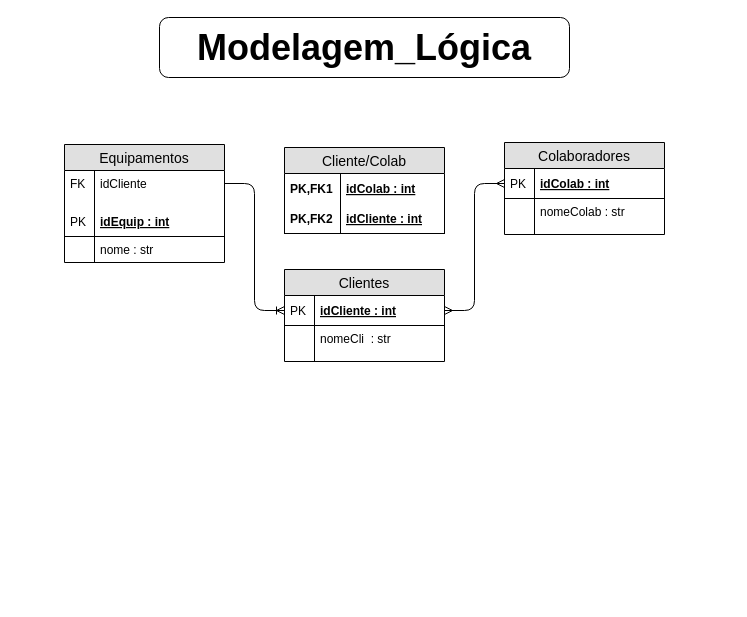
The draw.io diagram page "Page-2" (2 of 2) of Exercicios/ModelagemOptus.drawio in amadorsenai/Banco-de-dados---S12T, before the edit. Source tidied: cells renumbered, new cells numbered last; positions are measured from the earlier drawing's top-left corner, leaving out a move shared by most shapes. Both pictures are drawn from the tidied source at 100%, with x=0, y=0 at pixel (64, 17).
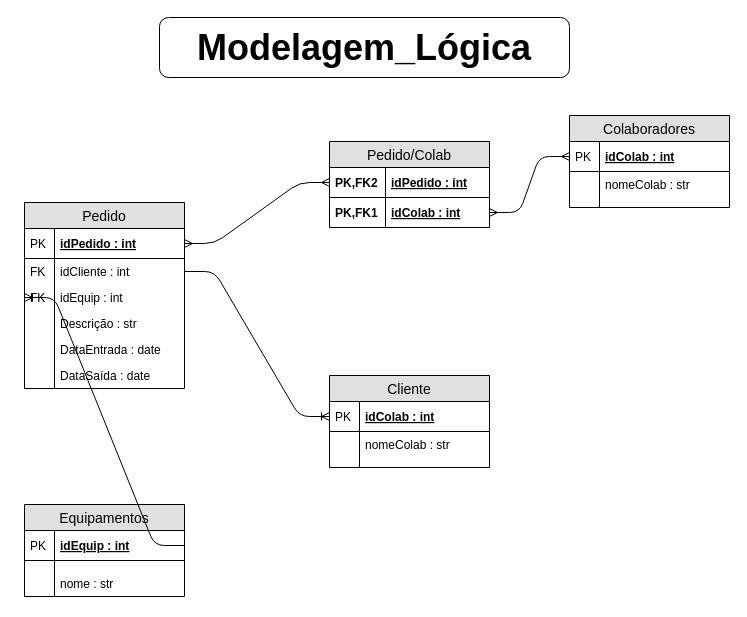
Above is the later version.

Unchanged cells that the change refers to:
```xml
<mxCell id="10" value="idColab : int" style="shape=partialRectangle;top=0;left=0;right=0;bottom=1;align=left;verticalAlign=middle;fillColor=none;spacingLeft=34;spacingRight=4;overflow=hidden;points=[[0,0.5],[1,0.5]];portConstraint=eastwest;fontStyle=5;fontSize=12;" parent="9" vertex="1">
  <mxGeometry y="26" width="160" height="30" as="geometry" />
</mxCell>
```

What changed in the source:
```diff
@@
-    <mxCell id="2" value="Clientes" style="swimlane;fontStyle=0;horizontal=1;startSize=26;fillColor=#e0e0e0;swimlaneFillColor=#ffffff;align=center;fontSize=14;" parent="1" vertex="1">
-      <mxGeometry x="220" y="252" width="160" height="92" as="geometry" />
+    <mxCell id="2" value="Pedido" style="swimlane;fontStyle=0;horizontal=1;startSize=26;fillColor=#e0e0e0;swimlaneFillColor=#ffffff;align=center;fontSize=14;" parent="1" vertex="1">
+      <mxGeometry x="-40" y="185" width="160" height="186" as="geometry" />
     </mxCell>
-    <mxCell id="3" value="idCliente : int" style="shape=partialRectangle;top=0;left=0;right=0;bottom=1;align=left;verticalAlign=middle;fillColor=none;spacingLeft=34;spacingRight=4;overflow=hidden;points=[[0,0.5],[1,0.5]];portConstraint=eastwest;fontStyle=5;fontSize=12;" parent="2" vertex="1">
+    <mxCell id="3" value="idPedido : int" style="shape=partialRectangle;top=0;left=0;right=0;bottom=1;align=left;verticalAlign=middle;fillColor=none;spacingLeft=34;spacingRight=4;overflow=hidden;points=[[0,0.5],[1,0.5]];portConstraint=eastwest;fontStyle=5;fontSize=12;" parent="2" vertex="1">
       <mxGeometry y="26" width="160" height="30" as="geometry" />
     </mxCell>
@@
-    <mxCell id="5" value="nomeCli  : str " style="shape=partialRectangle;top=0;left=0;right=0;bottom=0;align=left;verticalAlign=top;fillColor=none;spacingLeft=34;spacingRight=4;overflow=hidden;points=[[0,0.5],[1,0.5]];portConstraint=eastwest;fontSize=12;" parent="2" vertex="1">
+    <mxCell id="5" value="idCliente : int" style="shape=partialRectangle;top=0;left=0;right=0;bottom=0;align=left;verticalAlign=top;fillColor=none;spacingLeft=34;spacingRight=4;overflow=hidden;points=[[0,0.5],[1,0.5]];portConstraint=eastwest;fontSize=12;" parent="2" vertex="1">
       <mxGeometry y="56" width="160" height="26" as="geometry" />
     </mxCell>
-    <mxCell id="6" style="shape=partialRectangle;top=0;left=0;bottom=0;fillColor=none;align=left;verticalAlign=top;spacingLeft=4;spacingRight=4;overflow=hidden;fontSize=12;" parent="5" vertex="1">
+    <mxCell id="6" value="FK" style="shape=partialRectangle;top=0;left=0;bottom=0;fillColor=none;align=left;verticalAlign=top;spacingLeft=4;spacingRight=4;overflow=hidden;fontSize=12;" parent="5" vertex="1">
       <mxGeometry width="30" height="26" as="geometry" />
     </mxCell>
-    <mxCell id="7" style="shape=partialRectangle;top=0;left=0;right=0;bottom=0;align=left;verticalAlign=top;fillColor=none;spacingLeft=34;spacingRight=4;overflow=hidden;fontSize=12;" parent="2" vertex="1">
-      <mxGeometry y="82" width="160" height="10" as="geometry" />
-    </mxCell>
-    <mxCell id="8" style="shape=partialRectangle;top=0;left=0;bottom=0;fillColor=none;align=left;verticalAlign=top;spacingLeft=4;spacingRight=4;overflow=hidden;fontSize=12;" parent="7" vertex="1">
-      <mxGeometry width="30" height="10" as="geometry" />
-    </mxCell>
+    <mxCell id="33" value="idEquip : int" style="shape=partialRectangle;top=0;left=0;right=0;bottom=0;align=left;verticalAlign=top;fillColor=none;spacingLeft=34;spacingRight=4;overflow=hidden;points=[[0,0.5],[1,0.5]];portConstraint=eastwest;fontSize=12;" parent="2" vertex="1">
+      <mxGeometry y="82" width="160" height="26" as="geometry" />
+    </mxCell>
+    <mxCell id="19" value="FK" style="shape=partialRectangle;top=0;left=0;bottom=0;fillColor=none;align=left;verticalAlign=top;spacingLeft=4;spacingRight=4;overflow=hidden;fontSize=12;" parent="33" vertex="1">
+      <mxGeometry width="30" height="26" as="geometry" />
+    </mxCell>
+    <mxCell id="34" value="Descrição : str" style="shape=partialRectangle;top=0;left=0;right=0;bottom=0;align=left;verticalAlign=top;fillColor=none;spacingLeft=34;spacingRight=4;overflow=hidden;fontSize=12;" parent="2" vertex="1">
+      <mxGeometry y="108" width="160" height="26" as="geometry" />
+    </mxCell>
+    <mxCell id="35" style="shape=partialRectangle;top=0;left=0;bottom=0;fillColor=none;align=left;verticalAlign=top;spacingLeft=4;spacingRight=4;overflow=hidden;fontSize=12;" parent="34" vertex="1">
+      <mxGeometry width="30" height="26" as="geometry" />
+    </mxCell>
+    <mxCell id="36" value="DataEntrada : date" style="shape=partialRectangle;top=0;left=0;right=0;bottom=0;align=left;verticalAlign=top;fillColor=none;spacingLeft=34;spacingRight=4;overflow=hidden;fontSize=12;" parent="2" vertex="1">
+      <mxGeometry y="134" width="160" height="26" as="geometry" />
+    </mxCell>
+    <mxCell id="37" style="shape=partialRectangle;top=0;left=0;bottom=0;fillColor=none;align=left;verticalAlign=top;spacingLeft=4;spacingRight=4;overflow=hidden;fontSize=12;" parent="36" vertex="1">
+      <mxGeometry width="30" height="26" as="geometry" />
+    </mxCell>
+    <mxCell id="38" value="DataSaída : date" style="shape=partialRectangle;top=0;left=0;right=0;bottom=0;align=left;verticalAlign=top;fillColor=none;spacingLeft=34;spacingRight=4;overflow=hidden;fontSize=12;" parent="2" vertex="1">
+      <mxGeometry y="160" width="160" height="26" as="geometry" />
+    </mxCell>
+    <mxCell id="39" style="shape=partialRectangle;top=0;left=0;bottom=0;fillColor=none;align=left;verticalAlign=top;spacingLeft=4;spacingRight=4;overflow=hidden;fontSize=12;" parent="38" vertex="1">
+      <mxGeometry width="30" height="26" as="geometry" />
+    </mxCell>
-    <mxCell id="9" value="Colaboradores" style="swimlane;fontStyle=0;horizontal=1;startSize=26;fillColor=#e0e0e0;swimlaneFillColor=#ffffff;align=center;fontSize=14;" parent="1" vertex="1">
-      <mxGeometry x="440" y="125" width="160" height="92" as="geometry" />
+    <mxCell id="9" value="Cliente" style="swimlane;fontStyle=0;horizontal=1;startSize=26;fillColor=#e0e0e0;swimlaneFillColor=#ffffff;align=center;fontSize=14;" parent="1" vertex="1">
+      <mxGeometry x="265" y="358" width="160" height="92" as="geometry" />
     </mxCell>
@@
     <mxCell id="17" value="Equipamentos" style="swimlane;fontStyle=0;horizontal=1;startSize=26;fillColor=#e0e0e0;swimlaneFillColor=#ffffff;align=center;fontSize=14;" parent="1" vertex="1">
-      <mxGeometry y="127" width="160" height="118" as="geometry" />
+      <mxGeometry x="-40" y="487" width="160" height="92" as="geometry" />
     </mxCell>
-    <mxCell id="18" value="idCliente" style="shape=partialRectangle;top=0;left=0;right=0;bottom=0;align=left;verticalAlign=top;fillColor=none;spacingLeft=34;spacingRight=4;overflow=hidden;points=[[0,0.5],[1,0.5]];portConstraint=eastwest;fontSize=12;" parent="17" vertex="1">
-      <mxGeometry y="26" width="160" height="26" as="geometry" />
-    </mxCell>
-    <mxCell id="19" value="FK" style="shape=partialRectangle;top=0;left=0;bottom=0;fillColor=none;align=left;verticalAlign=top;spacingLeft=4;spacingRight=4;overflow=hidden;fontSize=12;" parent="18" vertex="1">
-      <mxGeometry width="30" height="26" as="geometry" />
-    </mxCell>
+    <mxCell id="22" value="idEquip : int" style="shape=partialRectangle;top=0;left=0;right=0;bottom=1;align=left;verticalAlign=middle;fillColor=none;spacingLeft=34;spacingRight=4;overflow=hidden;points=[[0,0.5],[1,0.5]];portConstraint=eastwest;fontStyle=5;fontSize=12;" parent="17" vertex="1">
+      <mxGeometry y="26" width="160" height="30" as="geometry" />
+    </mxCell>
+    <mxCell id="23" value="PK" style="shape=partialRectangle;top=0;left=0;bottom=0;fillColor=none;align=left;verticalAlign=middle;spacingLeft=4;spacingRight=4;overflow=hidden;fontSize=12;" parent="22" vertex="1">
+      <mxGeometry width="30" height="30" as="geometry" />
+    </mxCell>
     <mxCell id="20" style="shape=partialRectangle;top=0;left=0;right=0;bottom=0;align=left;verticalAlign=top;fillColor=none;spacingLeft=34;spacingRight=4;overflow=hidden;fontSize=12;" parent="17" vertex="1">
-      <mxGeometry y="52" width="160" height="10" as="geometry" />
+      <mxGeometry y="56" width="160" height="10" as="geometry" />
     </mxCell>
@@
-    <mxCell id="22" value="idEquip : int" style="shape=partialRectangle;top=0;left=0;right=0;bottom=1;align=left;verticalAlign=middle;fillColor=none;spacingLeft=34;spacingRight=4;overflow=hidden;points=[[0,0.5],[1,0.5]];portConstraint=eastwest;fontStyle=5;fontSize=12;" parent="17" vertex="1">
-      <mxGeometry y="62" width="160" height="30" as="geometry" />
-    </mxCell>
-    <mxCell id="23" value="PK" style="shape=partialRectangle;top=0;left=0;bottom=0;fillColor=none;align=left;verticalAlign=middle;spacingLeft=4;spacingRight=4;overflow=hidden;fontSize=12;" parent="22" vertex="1">
-      <mxGeometry width="30" height="30" as="geometry" />
-    </mxCell>
     <mxCell id="24" value="nome : str" style="shape=partialRectangle;top=0;left=0;right=0;bottom=0;align=left;verticalAlign=top;fillColor=none;spacingLeft=34;spacingRight=4;overflow=hidden;fontSize=12;" parent="17" vertex="1">
-      <mxGeometry y="92" width="160" height="26" as="geometry" />
+      <mxGeometry y="66" width="160" height="26" as="geometry" />
     </mxCell>
@@
-    <mxCell id="26" value="Cliente/Colab" style="swimlane;fontStyle=0;horizontal=1;startSize=26;fillColor=#e0e0e0;swimlaneFillColor=#ffffff;align=center;fontSize=14;" parent="1" vertex="1">
-      <mxGeometry x="220" y="130" width="160" height="86" as="geometry" />
+    <mxCell id="26" value="Pedido/Colab" style="swimlane;fontStyle=0;horizontal=1;startSize=26;fillColor=#e0e0e0;swimlaneFillColor=#ffffff;align=center;fontSize=14;" parent="1" vertex="1">
+      <mxGeometry x="265" y="124" width="160" height="86" as="geometry" />
     </mxCell>
+    <mxCell id="29" value="idPedido : int" style="shape=partialRectangle;top=0;left=0;right=0;bottom=1;align=left;verticalAlign=middle;fillColor=none;spacingLeft=60;spacingRight=4;overflow=hidden;points=[[0,0.5],[1,0.5]];portConstraint=eastwest;fontStyle=5;fontSize=12;" parent="26" vertex="1">
+      <mxGeometry y="26" width="160" height="30" as="geometry" />
+    </mxCell>
+    <mxCell id="30" value="PK,FK2" style="shape=partialRectangle;fontStyle=1;top=0;left=0;bottom=0;fillColor=none;align=left;verticalAlign=middle;spacingLeft=4;spacingRight=4;overflow=hidden;fontSize=12;" parent="29" vertex="1">
+      <mxGeometry width="56" height="30" as="geometry" />
+    </mxCell>
     <mxCell id="27" value="idColab : int" style="shape=partialRectangle;top=0;left=0;right=0;bottom=0;align=left;verticalAlign=middle;fillColor=none;spacingLeft=60;spacingRight=4;overflow=hidden;points=[[0,0.5],[1,0.5]];portConstraint=eastwest;fontStyle=5;fontSize=12;" parent="26" vertex="1">
-      <mxGeometry y="26" width="160" height="30" as="geometry" />
+      <mxGeometry y="56" width="160" height="30" as="geometry" />
     </mxCell>
@@
-    <mxCell id="29" value="idCliente : int" style="shape=partialRectangle;top=0;left=0;right=0;bottom=1;align=left;verticalAlign=middle;fillColor=none;spacingLeft=60;spacingRight=4;overflow=hidden;points=[[0,0.5],[1,0.5]];portConstraint=eastwest;fontStyle=5;fontSize=12;" parent="26" vertex="1">
-      <mxGeometry y="56" width="160" height="30" as="geometry" />
-    </mxCell>
-    <mxCell id="30" value="PK,FK2" style="shape=partialRectangle;fontStyle=1;top=0;left=0;bottom=0;fillColor=none;align=left;verticalAlign=middle;spacingLeft=4;spacingRight=4;overflow=hidden;fontSize=12;" parent="29" vertex="1">
-      <mxGeometry width="56" height="30" as="geometry" />
-    </mxCell>
-    <mxCell id="31" style="edgeStyle=entityRelationEdgeStyle;fontSize=12;html=1;endArrow=ERoneToMany;entryX=0;entryY=0.5;entryDx=0;entryDy=0;exitX=1;exitY=0.5;exitDx=0;exitDy=0;" parent="1" edge="1" source="18" target="3">
+    <mxCell id="31" style="edgeStyle=entityRelationEdgeStyle;fontSize=12;html=1;endArrow=ERoneToMany;entryX=0;entryY=0.5;entryDx=0;entryDy=0;exitX=1;exitY=0.5;exitDx=0;exitDy=0;" parent="1" edge="1" source="22" target="33">
       <mxGeometry relative="1" as="geometry" />
     </mxCell>
-    <mxCell id="32" style="edgeStyle=entityRelationEdgeStyle;fontSize=12;html=1;endArrow=ERmany;startArrow=ERmany;entryX=0;entryY=0.5;entryDx=0;entryDy=0;exitX=1;exitY=0.5;exitDx=0;exitDy=0;" parent="1" edge="1" source="3" target="10">
-      <mxGeometry relative="1" as="geometry" />
-    </mxCell>
+    <mxCell id="40" style="edgeStyle=entityRelationEdgeStyle;fontSize=12;html=1;endArrow=ERoneToMany;exitX=1;exitY=0.5;exitDx=0;exitDy=0;entryX=0;entryY=0.5;entryDx=0;entryDy=0;" parent="1" edge="1" source="5" target="10">
+      <mxGeometry relative="1" as="geometry" />
+    </mxCell>
+    <mxCell id="41" value="Colaboradores" style="swimlane;fontStyle=0;horizontal=1;startSize=26;fillColor=#e0e0e0;swimlaneFillColor=#ffffff;align=center;fontSize=14;" parent="1" vertex="1">
+      <mxGeometry x="505" y="98" width="160" height="92" as="geometry" />
+    </mxCell>
+    <mxCell id="42" value="idColab : int" style="shape=partialRectangle;top=0;left=0;right=0;bottom=1;align=left;verticalAlign=middle;fillColor=none;spacingLeft=34;spacingRight=4;overflow=hidden;points=[[0,0.5],[1,0.5]];portConstraint=eastwest;fontStyle=5;fontSize=12;" parent="41" vertex="1">
+      <mxGeometry y="26" width="160" height="30" as="geometry" />
+    </mxCell>
+    <mxCell id="43" value="PK" style="shape=partialRectangle;top=0;left=0;bottom=0;fillColor=none;align=left;verticalAlign=middle;spacingLeft=4;spacingRight=4;overflow=hidden;fontSize=12;" parent="42" vertex="1">
+      <mxGeometry width="30" height="30" as="geometry" />
+    </mxCell>
+    <mxCell id="44" value="nomeColab : str" style="shape=partialRectangle;top=0;left=0;right=0;bottom=0;align=left;verticalAlign=top;fillColor=none;spacingLeft=34;spacingRight=4;overflow=hidden;fontSize=12;" parent="41" vertex="1">
+      <mxGeometry y="56" width="160" height="26" as="geometry" />
+    </mxCell>
+    <mxCell id="45" style="shape=partialRectangle;top=0;left=0;bottom=0;fillColor=none;align=left;verticalAlign=top;spacingLeft=4;spacingRight=4;overflow=hidden;fontSize=12;" parent="44" vertex="1">
+      <mxGeometry width="30" height="26" as="geometry" />
+    </mxCell>
+    <mxCell id="7" style="shape=partialRectangle;top=0;left=0;right=0;bottom=0;align=left;verticalAlign=top;fillColor=none;spacingLeft=34;spacingRight=4;overflow=hidden;fontSize=12;" parent="41" vertex="1">
+      <mxGeometry y="82" width="160" height="10" as="geometry" />
+    </mxCell>
+    <mxCell id="8" style="shape=partialRectangle;top=0;left=0;bottom=0;fillColor=none;align=left;verticalAlign=top;spacingLeft=4;spacingRight=4;overflow=hidden;fontSize=12;" parent="7" vertex="1">
+      <mxGeometry width="30" height="10" as="geometry" />
+    </mxCell>
+    <mxCell id="46" style="edgeStyle=entityRelationEdgeStyle;fontSize=12;html=1;endArrow=ERmany;startArrow=ERmany;entryX=0;entryY=0.5;entryDx=0;entryDy=0;exitX=1;exitY=0.5;exitDx=0;exitDy=0;" parent="1" edge="1" source="27" target="42">
+      <mxGeometry relative="1" as="geometry" />
+    </mxCell>
+    <mxCell id="47" style="edgeStyle=entityRelationEdgeStyle;fontSize=12;html=1;endArrow=ERmany;startArrow=ERmany;entryX=0;entryY=0.5;entryDx=0;entryDy=0;exitX=1;exitY=0.5;exitDx=0;exitDy=0;" parent="1" edge="1" source="3" target="29">
+      <mxGeometry relative="1" as="geometry" />
+    </mxCell>
```
